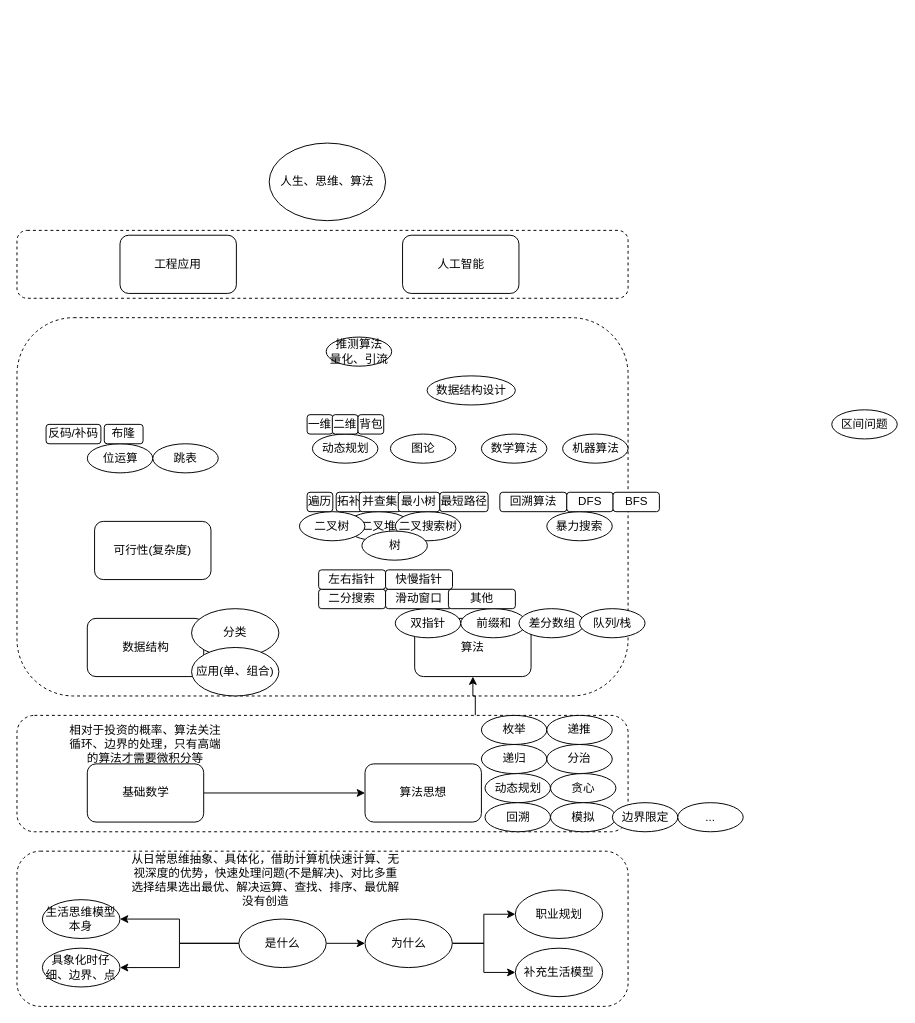
The draw.io diagram menus/suanfamoxing.drawio in Asamiyaa/microservice-k8s-yun, before the edit. Source tidied: cells renumbered, new cells numbered last; positions are measured from the earlier drawing's top-left corner, leaving out a move shared by most shapes. Both pictures are drawn from the tidied source at 97%, with x=0, y=0 at pixel (16, 143).
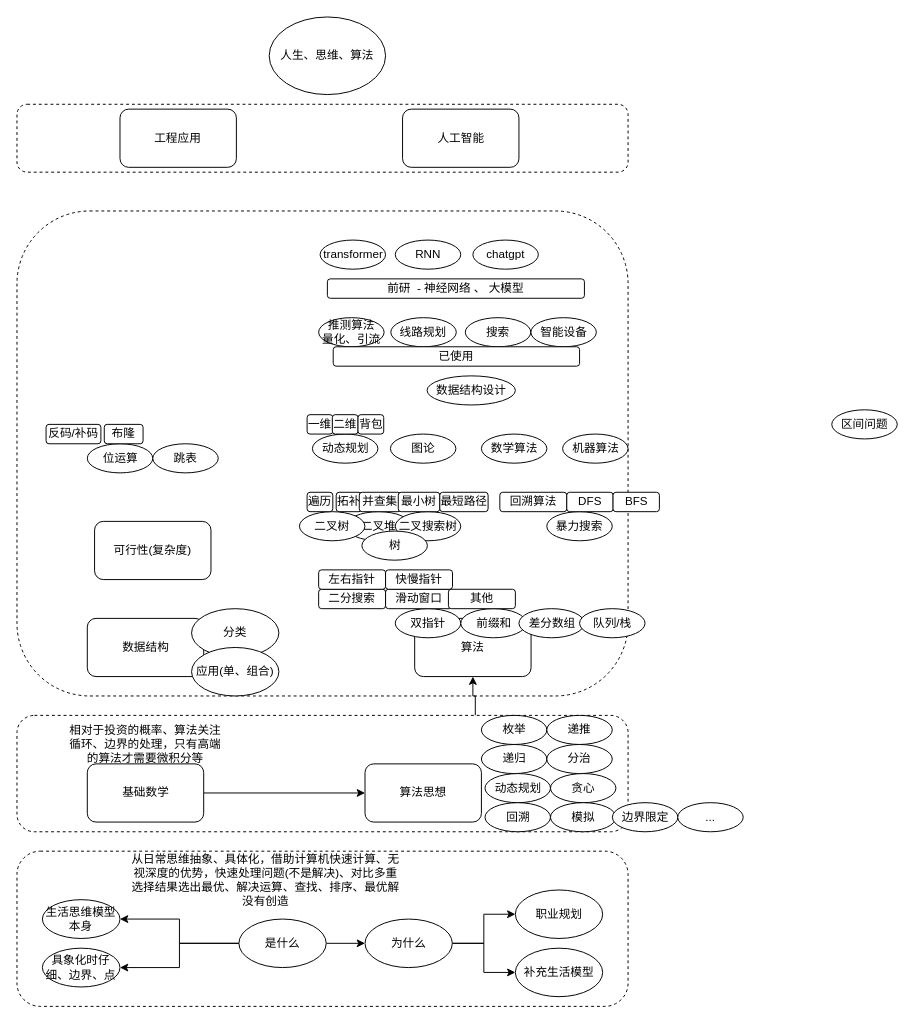
Above is the later version.

What changed in the source:
```diff
@@
     <mxCell id="3" style="rounded=1;whiteSpace=wrap;html=1;dashed=1;" parent="1" vertex="1">
-      <mxGeometry y="90" width="630" height="70" as="geometry" />
+      <mxGeometry y="-40" width="630" height="70" as="geometry" />
     </mxCell>
     <mxCell id="4" style="rounded=1;whiteSpace=wrap;html=1;dashed=1;" parent="1" vertex="1">
-      <mxGeometry y="180" width="630" height="390" as="geometry" />
+      <mxGeometry y="70" width="630" height="500" as="geometry" />
     </mxCell>
@@
     <mxCell id="7" value="人生、思维、算法" style="ellipse;whiteSpace=wrap;html=1;" parent="1" vertex="1">
-      <mxGeometry x="260" width="120" height="80" as="geometry" />
+      <mxGeometry x="260" y="-130" width="120" height="80" as="geometry" />
     </mxCell>
@@
     <mxCell id="10" value="工程应用" style="rounded=1;whiteSpace=wrap;html=1;" parent="1" vertex="1">
-      <mxGeometry x="106.2" y="95" width="120" height="60" as="geometry" />
+      <mxGeometry x="106.2" y="-35" width="120" height="60" as="geometry" />
     </mxCell>
     <mxCell id="11" value="人工智能" style="rounded=1;whiteSpace=wrap;html=1;" parent="1" vertex="1">
-      <mxGeometry x="397.5" y="95" width="120" height="60" as="geometry" />
+      <mxGeometry x="397.5" y="-35" width="120" height="60" as="geometry" />
     </mxCell>
@@
     <mxCell id="76" value="推测算法&lt;br&gt;量化、引流" style="ellipse;whiteSpace=wrap;html=1;" parent="1" vertex="1">
-      <mxGeometry x="318.8" y="200" width="67.5" height="30" as="geometry" />
+      <mxGeometry x="311" y="180" width="67.5" height="30" as="geometry" />
     </mxCell>
+    <mxCell id="77" value="线路规划" style="ellipse;whiteSpace=wrap;html=1;" parent="1" vertex="1">
+      <mxGeometry x="385.4" y="180" width="67.5" height="30" as="geometry" />
+    </mxCell>
+    <mxCell id="78" value="搜索" style="ellipse;whiteSpace=wrap;html=1;" parent="1" vertex="1">
+      <mxGeometry x="462.2" y="180" width="67.5" height="30" as="geometry" />
+    </mxCell>
+    <mxCell id="79" value="智能设备" style="ellipse;whiteSpace=wrap;html=1;" parent="1" vertex="1">
+      <mxGeometry x="529.8" y="180" width="67.5" height="30" as="geometry" />
+    </mxCell>
+    <mxCell id="80" value="已使用" style="rounded=1;whiteSpace=wrap;html=1;" parent="1" vertex="1">
+      <mxGeometry x="326" y="210" width="254" height="20" as="geometry" />
+    </mxCell>
+    <mxCell id="81" value="前研&amp;nbsp; - 神经网络 、 大模型" style="rounded=1;whiteSpace=wrap;html=1;" parent="1" vertex="1">
+      <mxGeometry x="320" y="140" width="265" height="20" as="geometry" />
+    </mxCell>
+    <mxCell id="82" value="transformer" style="ellipse;whiteSpace=wrap;html=1;" parent="1" vertex="1">
+      <mxGeometry x="312.5" y="100" width="67.5" height="30" as="geometry" />
+    </mxCell>
+    <mxCell id="83" value="RNN" style="ellipse;whiteSpace=wrap;html=1;" parent="1" vertex="1">
+      <mxGeometry x="390" y="100" width="67.5" height="30" as="geometry" />
+    </mxCell>
+    <mxCell id="84" value="chatgpt" style="ellipse;whiteSpace=wrap;html=1;" parent="1" vertex="1">
+      <mxGeometry x="470" y="100" width="67.5" height="30" as="geometry" />
+    </mxCell>
```
